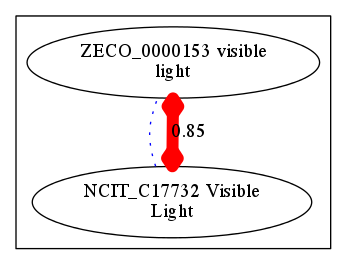
Above: target/img-NCIT_C17732.png in cmungall/radiation-ontology (Graphviz), before the change. Its source is kept beside it as target/img-NCIT_C17732.dot.
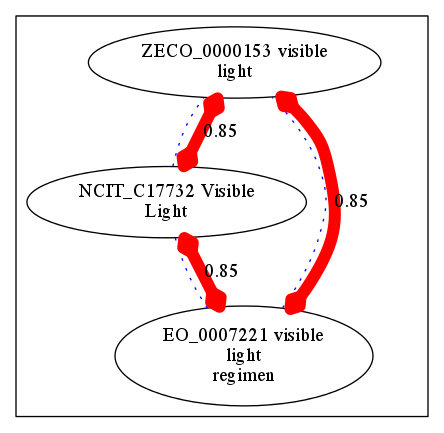
After the change.

What changed in the source:
```diff
@@ -2,7 +2,18 @@
 subgraph cluster_NCIT_C17732 {NCIT_C17732 [ label="NCIT_C17732 Visible
 Light" ];
 ZECO_0000153 [ label="ZECO_0000153 visible
-light" ];}
+light" ];
+EO_0007221 [ label="EO_0007221 visible
+light
+regimen" ];}
+EO_0007221 -> NCIT_C17732 [ arrowhead = none, penwidth=1, color=blue, label="", style=dotted]
+
 NCIT_C17732 -> ZECO_0000153 [ arrowhead = none, penwidth=1, color=blue, label="", style=dotted]
+
+EO_0007221 -> ZECO_0000153 [ arrowhead = none, penwidth=1, color=blue, label="", style=dotted]
+EO_0007221 -> NCIT_C17732 [ arrowhead = ediamond, penwidth=9, color=red, label="0.85", style=solid, arrowtail=ediamond, dir=both]
+
 NCIT_C17732 -> ZECO_0000153 [ arrowhead = ediamond, penwidth=9, color=red, label="0.85", style=solid, arrowtail=ediamond, dir=both]
+
+EO_0007221 -> ZECO_0000153 [ arrowhead = ediamond, penwidth=9, color=red, label="0.85", style=solid, arrowtail=ediamond, dir=both]
 }
```
